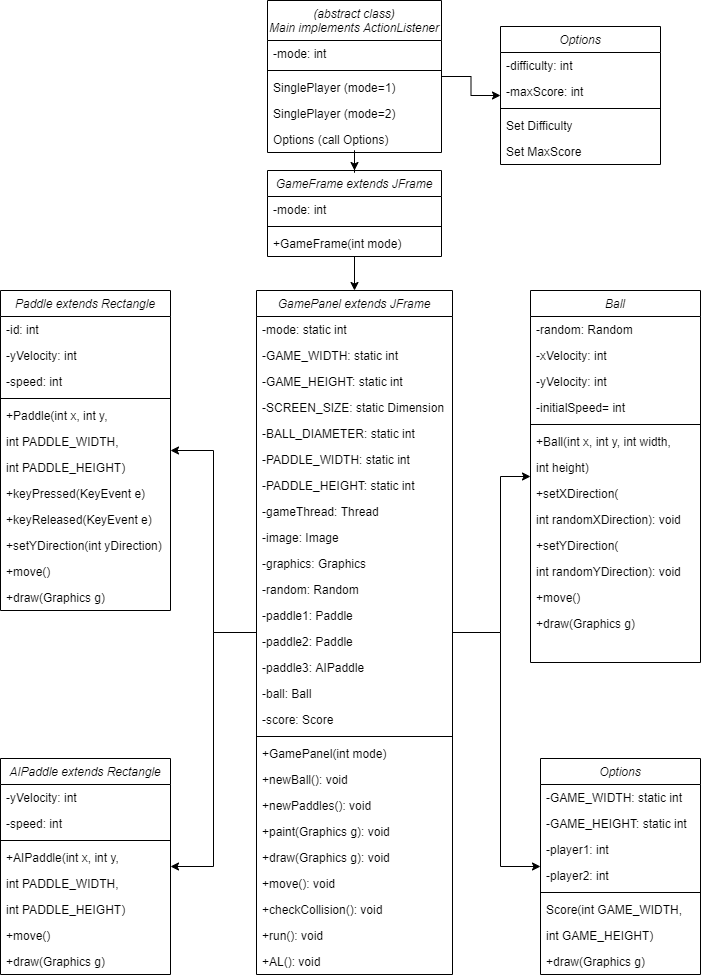
nadhifalR/Final-Project-OOP keeps this draw.io diagram as images/UML.png. Above is the earlier version. Source tidied: cells renumbered, new cells last; positions are measured from the earlier drawing's top-left corner, leaving out a move shared by most shapes.
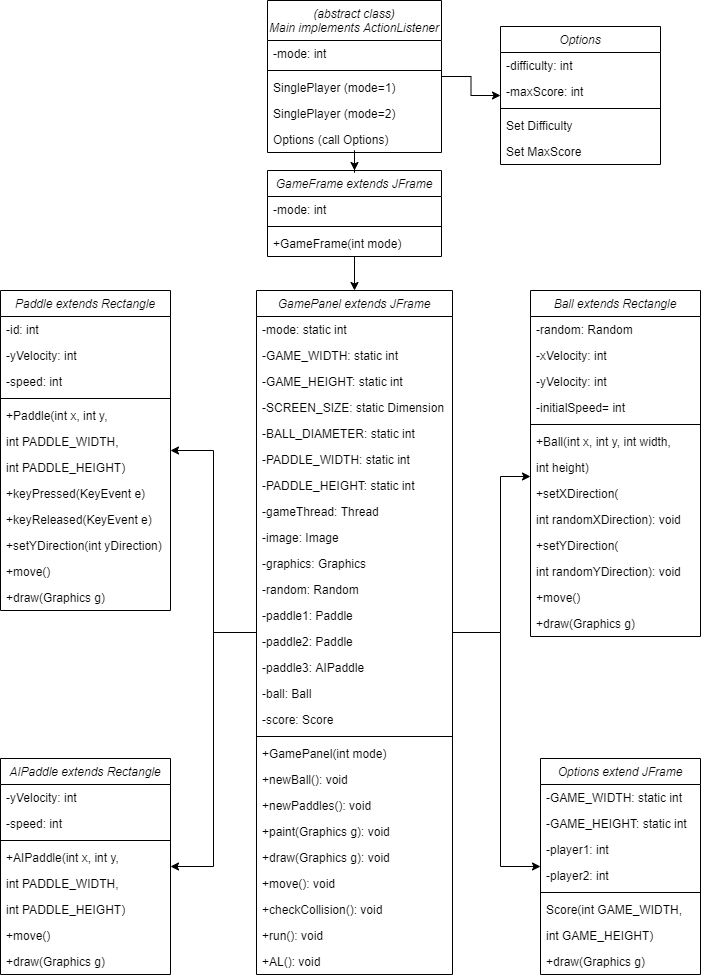
Later version of the same file.

Change to the diagram source:
```diff
@@ -162,8 +162,8 @@
     <mxCell id="51" value="Options (call Options)" style="text;align=left;verticalAlign=top;spacingLeft=4;spacingRight=4;overflow=hidden;rounded=0;shadow=0;html=0;" parent="46" vertex="1">
       <mxGeometry y="126" width="174" height="26" as="geometry" />
     </mxCell>
-    <mxCell id="52" value="Ball" style="swimlane;fontStyle=2;align=center;verticalAlign=top;horizontal=1;startSize=26;rounded=0;shadow=0;strokeWidth=1;" parent="1" vertex="1">
-      <mxGeometry x="530" y="290" width="170" height="372" as="geometry" />
+    <mxCell id="52" value="Ball extends Rectangle" style="swimlane;fontStyle=2;align=center;verticalAlign=top;horizontal=1;startSize=26;rounded=0;shadow=0;strokeWidth=1;" parent="1" vertex="1">
+      <mxGeometry x="530" y="290" width="170" height="346" as="geometry" />
     </mxCell>
     <mxCell id="53" value="-random: Random" style="text;align=left;verticalAlign=top;spacingLeft=4;spacingRight=4;overflow=hidden;rounded=0;shadow=0;html=0;" parent="52" vertex="1">
       <mxGeometry y="26" width="170" height="26" as="geometry" />
@@ -204,7 +204,7 @@
     <mxCell id="65" value="+draw(Graphics g)" style="text;align=left;verticalAlign=top;spacingLeft=4;spacingRight=4;overflow=hidden;" parent="52" vertex="1">
       <mxGeometry y="320" width="170" height="26" as="geometry" />
     </mxCell>
-    <mxCell id="66" value="Options" style="swimlane;fontStyle=2;align=center;verticalAlign=top;horizontal=1;startSize=26;rounded=0;shadow=0;strokeWidth=1;" parent="1" vertex="1">
+    <mxCell id="66" value="Options extend JFrame" style="swimlane;fontStyle=2;align=center;verticalAlign=top;horizontal=1;startSize=26;rounded=0;shadow=0;strokeWidth=1;" parent="1" vertex="1">
       <mxGeometry x="540" y="758" width="160" height="216" as="geometry" />
     </mxCell>
     <mxCell id="67" value="-GAME_WIDTH: static int" style="text;align=left;verticalAlign=top;spacingLeft=4;spacingRight=4;overflow=hidden;rounded=0;shadow=0;html=0;" parent="66" vertex="1">
```
